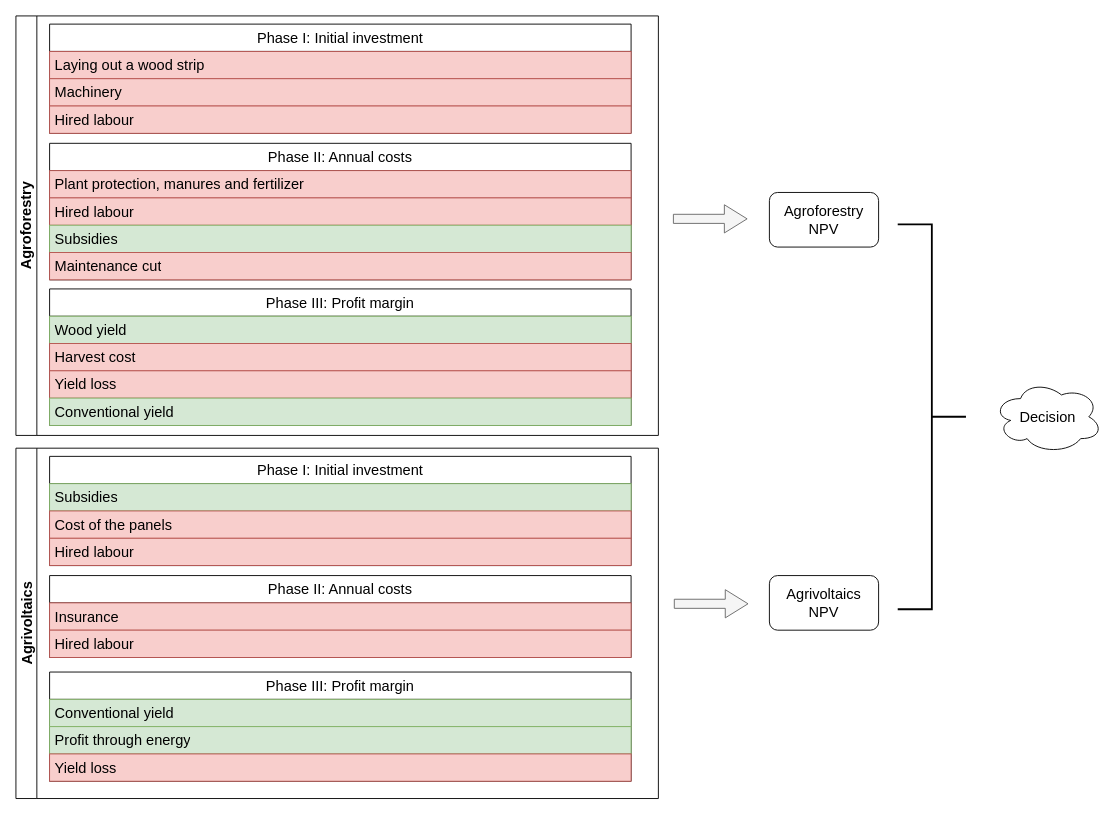
Earlier version of the draw.io diagram Unbenanntes Diagramm.drawio (jumueller0796/Seminar). Source tidied: cells renumbered, new cells numbered last; positions are measured from the earlier drawing's top-left corner, leaving out a move shared by most shapes. Both pictures are drawn from the tidied source at 91%, with x=0, y=0 at pixel (15, 15).
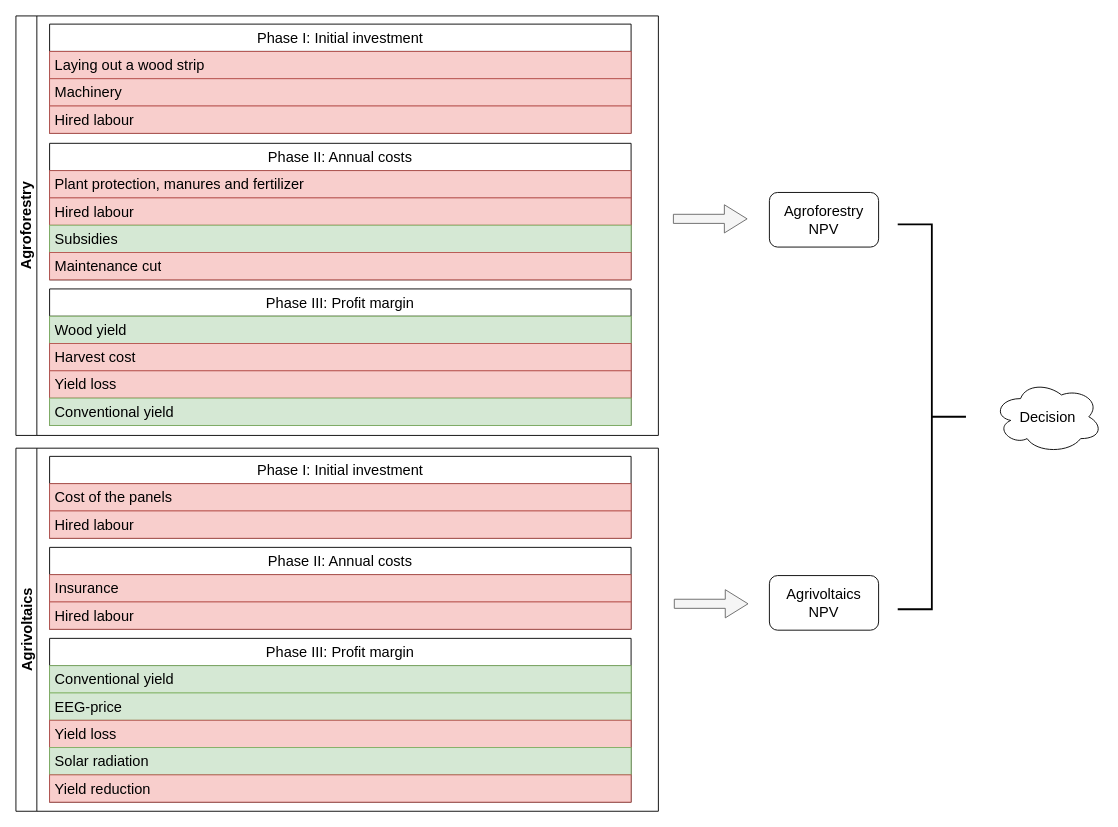
The same page after the edit.

The edit, as a diff of the source:
```diff
@@
     <mxCell id="17" value="Agrivoltaics" style="swimlane;horizontal=0;whiteSpace=wrap;html=1;fontSize=16;labelBackgroundColor=none;" parent="1" vertex="1">
-      <mxGeometry y="475" width="706" height="385" as="geometry" />
+      <mxGeometry y="475" width="706" height="399" as="geometry" />
     </mxCell>
     <mxCell id="18" value="Phase I: Initial investment" style="swimlane;fontStyle=0;horizontal=1;startSize=30;whiteSpace=wrap;html=1;fontSize=16;labelBackgroundColor=none;" parent="17" vertex="1">
-      <mxGeometry x="37" y="9" width="639" height="120" as="geometry" />
+      <mxGeometry x="37" y="9" width="639" height="90" as="geometry" />
     </mxCell>
-    <mxCell id="19" value="Subsidies" style="text;strokeColor=#82b366;fillColor=#d5e8d4;align=left;verticalAlign=middle;spacingLeft=4;spacingRight=4;overflow=hidden;whiteSpace=wrap;html=1;fontSize=16;labelBackgroundColor=none;" parent="18" vertex="1">
-      <mxGeometry y="30" width="639" height="30" as="geometry" />
-    </mxCell>
     <mxCell id="20" value="Cost of the panels" style="text;strokeColor=#b85450;fillColor=#f8cecc;align=left;verticalAlign=middle;spacingLeft=4;spacingRight=4;overflow=hidden;whiteSpace=wrap;html=1;fontSize=16;labelBackgroundColor=none;" parent="18" vertex="1">
-      <mxGeometry y="60" width="639" height="30" as="geometry" />
+      <mxGeometry y="30" width="639" height="30" as="geometry" />
     </mxCell>
     <mxCell id="21" value="Hired labour" style="text;strokeColor=#b85450;fillColor=#f8cecc;align=left;verticalAlign=middle;spacingLeft=4;spacingRight=4;overflow=hidden;whiteSpace=wrap;html=1;fontSize=16;labelBackgroundColor=none;" parent="18" vertex="1">
-      <mxGeometry y="90" width="639" height="30" as="geometry" />
+      <mxGeometry y="60" width="639" height="30" as="geometry" />
     </mxCell>
     <mxCell id="22" value="Phase II: Annual costs" style="swimlane;fontStyle=0;horizontal=1;startSize=30;whiteSpace=wrap;html=1;fontSize=16;labelBackgroundColor=none;" parent="17" vertex="1">
-      <mxGeometry x="37" y="140" width="639" height="90" as="geometry" />
+      <mxGeometry x="37" y="109" width="639" height="90" as="geometry" />
     </mxCell>
@@
     <mxCell id="25" value="Phase III: Profit margin" style="swimlane;fontStyle=0;horizontal=1;startSize=30;whiteSpace=wrap;html=1;fontSize=16;labelBackgroundColor=none;" parent="17" vertex="1">
-      <mxGeometry x="37" y="246" width="639" height="120" as="geometry" />
+      <mxGeometry x="37" y="209" width="639" height="180" as="geometry" />
     </mxCell>
@@
-    <mxCell id="27" value="Profit through energy" style="text;strokeColor=#82b366;fillColor=#d5e8d4;align=left;verticalAlign=middle;spacingLeft=4;spacingRight=4;overflow=hidden;whiteSpace=wrap;html=1;fontSize=16;labelBackgroundColor=none;" parent="25" vertex="1">
+    <mxCell id="27" value="EEG-price" style="text;strokeColor=#82b366;fillColor=#d5e8d4;align=left;verticalAlign=middle;spacingLeft=4;spacingRight=4;overflow=hidden;whiteSpace=wrap;html=1;fontSize=16;labelBackgroundColor=none;" parent="25" vertex="1">
       <mxGeometry y="60" width="639" height="30" as="geometry" />
     </mxCell>
@@
+    <mxCell id="35" value="Solar radiation" style="text;strokeColor=#82b366;fillColor=#d5e8d4;align=left;verticalAlign=middle;spacingLeft=4;spacingRight=4;overflow=hidden;whiteSpace=wrap;html=1;fontSize=16;labelBackgroundColor=none;" parent="25" vertex="1">
+      <mxGeometry y="120" width="639" height="30" as="geometry" />
+    </mxCell>
+    <mxCell id="36" value="Yield reduction" style="text;strokeColor=#b85450;fillColor=#f8cecc;align=left;verticalAlign=middle;spacingLeft=4;spacingRight=4;overflow=hidden;whiteSpace=wrap;html=1;fontSize=16;labelBackgroundColor=none;" parent="25" vertex="1">
+      <mxGeometry y="150" width="639" height="30" as="geometry" />
+    </mxCell>
```
